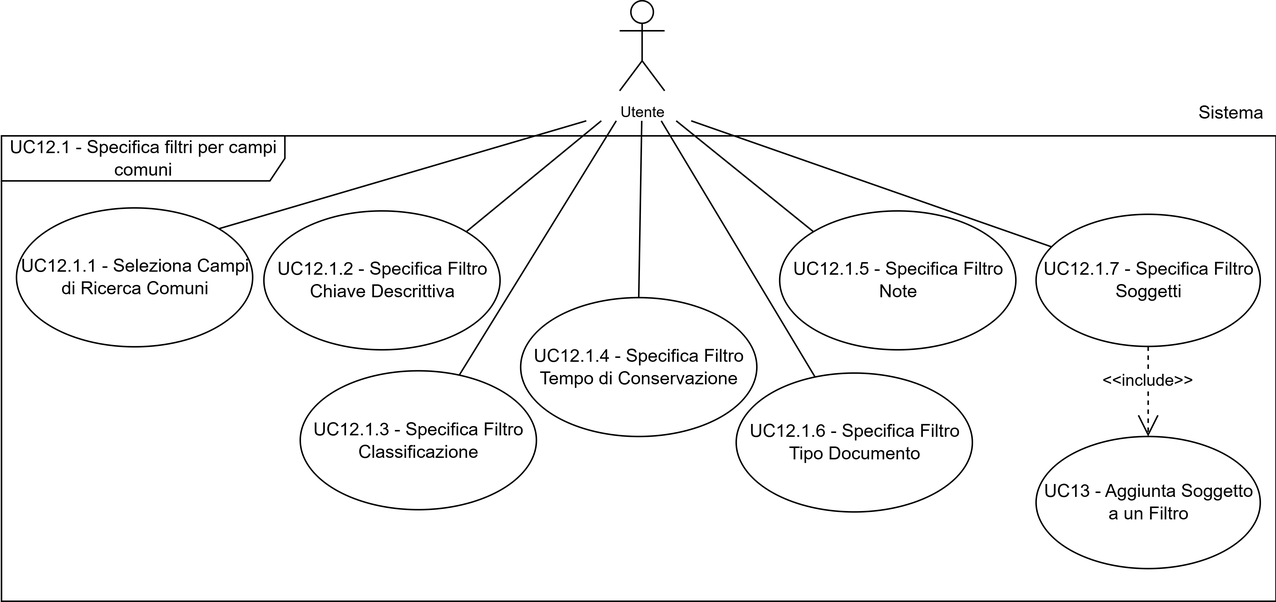
Earlier version of the draw.io export assets/uml/UC12.1INC.png (7-ZPUs/Docs). Source tidied: cells renumbered, new cells last; positions are measured from the earlier drawing's top-left corner, leaving out a move shared by most shapes.
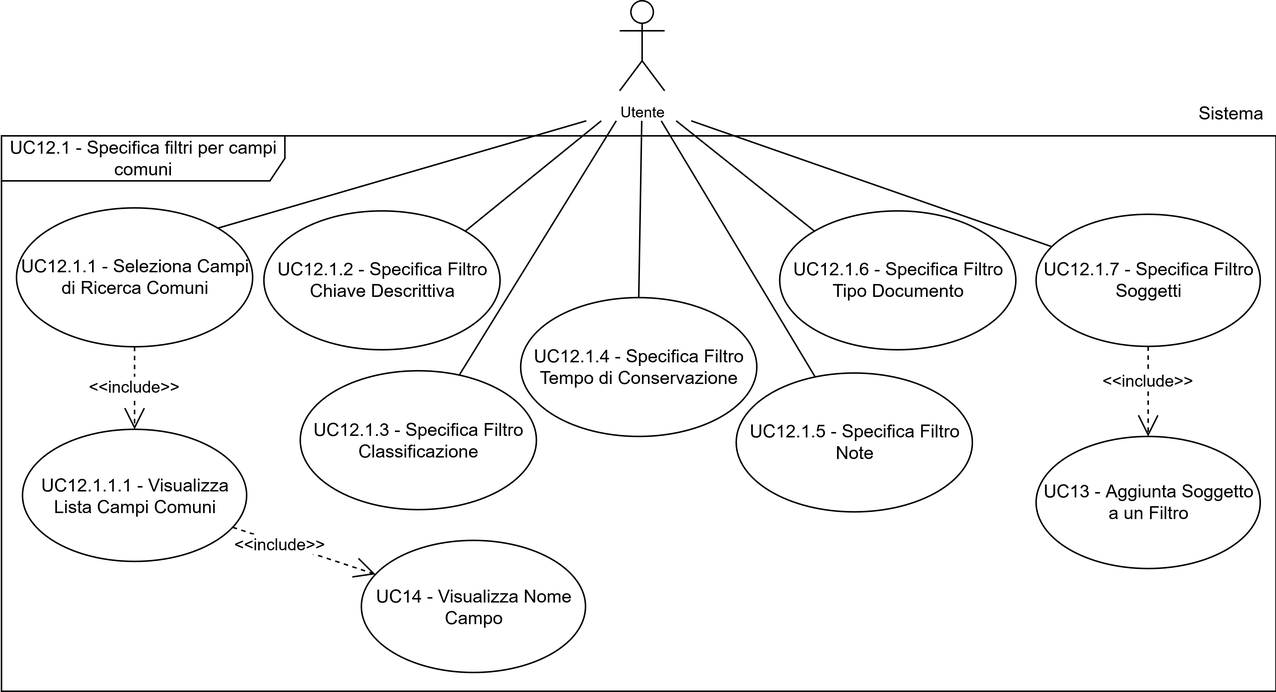
After the commit.

Diff of the diagram source:
```diff
@@ -6,7 +6,7 @@
       <mxGeometry x="412.8" width="30" height="60" as="geometry" />
     </mxCell>
     <mxCell id="3" value="UC12.1 - Specifica filtri per campi comuni" style="shape=umlFrame;whiteSpace=wrap;html=1;width=189;height=30;" parent="1" vertex="1">
-      <mxGeometry x="0.5" y="90" width="850" height="310" as="geometry" />
+      <mxGeometry x="0.5" y="90" width="850" height="370" as="geometry" />
     </mxCell>
     <mxCell id="4" style="rounded=0;jettySize=auto;html=1;entryX=1;entryY=0;entryDx=0;entryDy=0;strokeColor=default;endArrow=none;endFill=0;" parent="1" edge="1" target="9">
       <mxGeometry relative="1" as="geometry">
@@ -42,10 +42,10 @@
     <mxCell id="11" value="UC12.1.4 - Specifica Filtro Tempo di Conservazione" style="ellipse;whiteSpace=wrap;html=1;" parent="1" vertex="1">
       <mxGeometry x="346.8" y="197.8" width="157.5" height="92.5" as="geometry" />
     </mxCell>
-    <mxCell id="12" value="UC12.1.6 - Specifica Filtro Tipo Documento" style="ellipse;whiteSpace=wrap;html=1;" parent="1" vertex="1">
+    <mxCell id="12" value="UC12.1.5 - Specifica Filtro Note" style="ellipse;whiteSpace=wrap;html=1;" parent="1" vertex="1">
       <mxGeometry x="490.5" y="248" width="157.5" height="92.5" as="geometry" />
     </mxCell>
-    <mxCell id="13" value="UC12.1.5 - Specifica Filtro Note" style="ellipse;whiteSpace=wrap;html=1;" parent="1" vertex="1">
+    <mxCell id="13" value="UC12.1.6 - Specifica Filtro Tipo Documento" style="ellipse;whiteSpace=wrap;html=1;" parent="1" vertex="1">
       <mxGeometry x="519.5" y="140" width="157.5" height="92.5" as="geometry" />
     </mxCell>
     <mxCell id="14" value="&lt;font style=&quot;font-size: 12px;&quot;&gt;Sistema&lt;/font&gt;" style="text;html=1;whiteSpace=wrap;strokeColor=none;fillColor=none;align=center;verticalAlign=middle;rounded=0;fontSize=10;" parent="1" vertex="1">
@@ -67,11 +67,23 @@
     <mxCell id="18" value="UC12.1.7 - Specifica Filtro Soggetti" style="ellipse;whiteSpace=wrap;html=1;" parent="1" vertex="1">
       <mxGeometry x="690.5" y="142.2" width="149.5" height="88" as="geometry" />
     </mxCell>
-    <mxCell id="19" value="UC13 - Aggiunta Soggetto a un Filtro" style="ellipse;whiteSpace=wrap;html=1;" parent="1" vertex="1">
-      <mxGeometry x="690.5" y="290.2" width="149.5" height="88" as="geometry" />
+    <mxCell id="19" value="UC12.1.1.1 - Visualizza Lista Campi Comuni" style="ellipse;whiteSpace=wrap;html=1;" parent="1" vertex="1">
+      <mxGeometry x="14.5" y="285.5" width="149.5" height="88" as="geometry" />
     </mxCell>
-    <mxCell id="20" value="&amp;lt;&amp;lt;include&amp;gt;&amp;gt;" style="endArrow=open;endSize=12;dashed=1;html=1;rounded=0;" parent="1" edge="1" source="18" target="19">
-      <mxGeometry x="-0.23" relative="1" as="geometry" />
+    <mxCell id="20" value="&amp;lt;&amp;lt;include&amp;gt;&amp;gt;" style="endArrow=open;endSize=12;dashed=1;html=1;rounded=0;" parent="1" edge="1" source="9" target="19">
+      <mxGeometry x="-0.05" relative="1" as="geometry" />
     </mxCell>
+    <mxCell id="21" value="UC14 - Visualizza Nome Campo" style="ellipse;whiteSpace=wrap;html=1;" parent="1" vertex="1">
+      <mxGeometry x="240.5" y="359.5" width="149.5" height="88" as="geometry" />
+    </mxCell>
+    <mxCell id="22" value="&amp;lt;&amp;lt;include&amp;gt;&amp;gt;" style="endArrow=open;endSize=12;dashed=1;html=1;rounded=0;" parent="1" edge="1" source="19" target="21">
+      <mxGeometry x="-0.34" y="-1" relative="1" as="geometry" />
+    </mxCell>
+    <mxCell id="23" value="UC13 - Aggiunta Soggetto a un Filtro" style="ellipse;whiteSpace=wrap;html=1;" parent="1" vertex="1">
+      <mxGeometry x="690.5" y="290.2" width="149.5" height="88" as="geometry" />
+    </mxCell>
+    <mxCell id="24" value="&amp;lt;&amp;lt;include&amp;gt;&amp;gt;" style="endArrow=open;endSize=12;dashed=1;html=1;rounded=0;" parent="1" edge="1" source="18" target="23">
+      <mxGeometry x="-0.23" relative="1" as="geometry" />
+    </mxCell>
   </root>
 </mxGraphModel>
```
